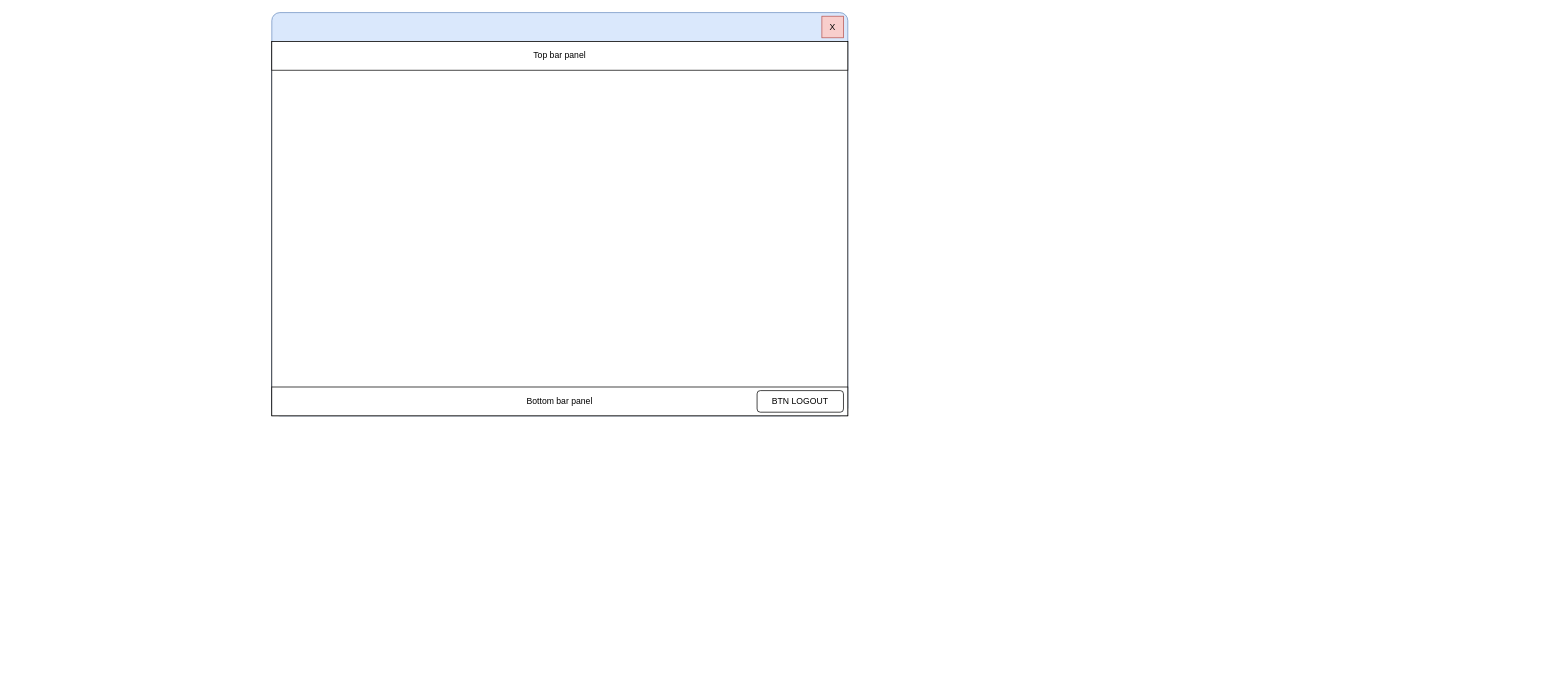
Before: 420DA3_A24_Projet/Documents/OfficeEmployee_MainMenu.drawio in marc0rona/420DA3_A24_Projet_MAPS, a draw.io diagram. Source tidied: cells renumbered, new cells numbered last; positions are measured from the earlier drawing's top-left corner, leaving out a move shared by most shapes. Both pictures are drawn from the tidied source at 72%, with x=0, y=0 at pixel (271, 12).
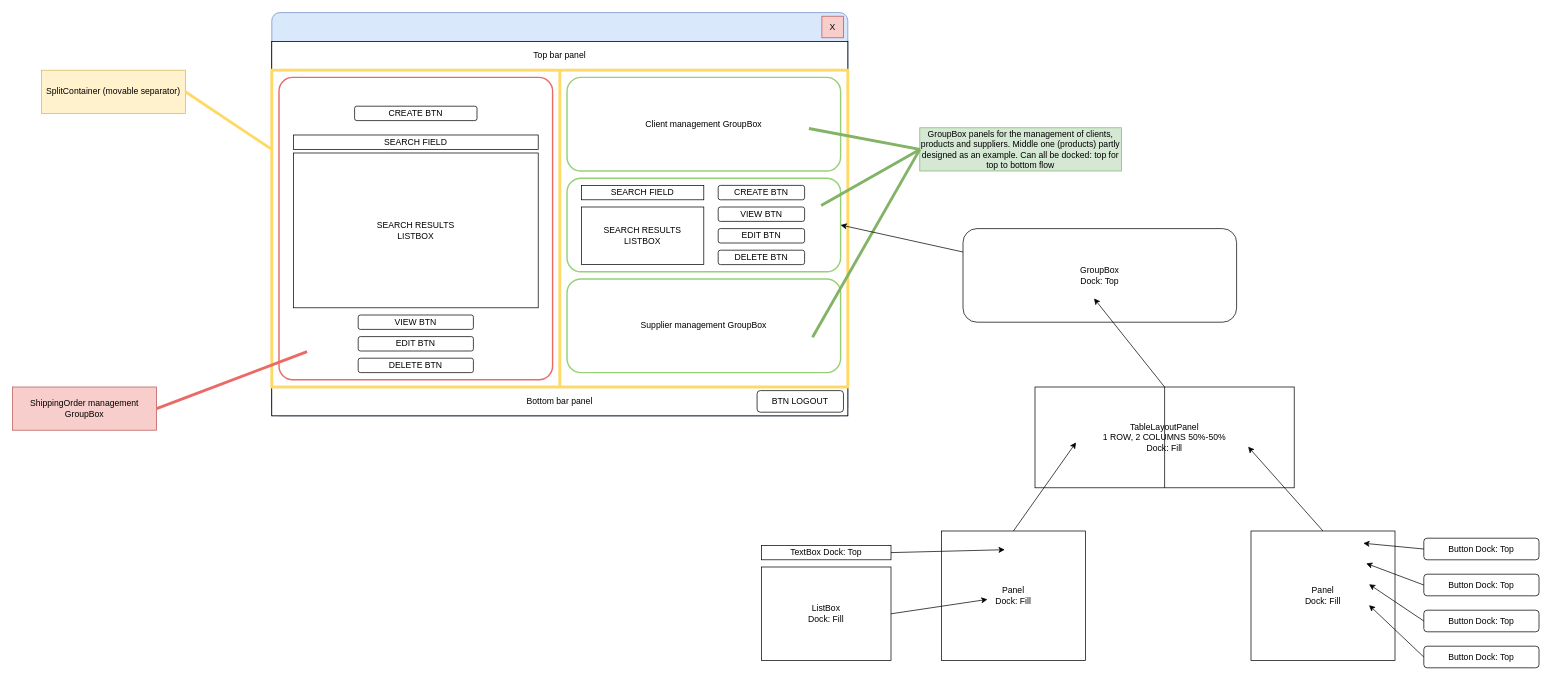
The same diagram, later.

Commit message (it also covers changes not shown here):
diagram additions

What changed in the source:
```diff
@@
+    <mxCell id="8" style="rounded=0;whiteSpace=wrap;html=1;strokeColor=#FFD966;strokeWidth=4;" parent="1" vertex="1">
+      <mxGeometry y="80" width="800" height="440" as="geometry" />
+    </mxCell>
+    <mxCell id="9" value="Client management GroupBox" style="rounded=1;whiteSpace=wrap;html=1;fillColor=none;strokeColor=#97D077;strokeWidth=2;" parent="1" vertex="1">
+      <mxGeometry x="410" y="90" width="380" height="130" as="geometry" />
+    </mxCell>
+    <mxCell id="10" style="rounded=1;whiteSpace=wrap;html=1;strokeWidth=2;strokeColor=#97D077;" parent="1" vertex="1">
+      <mxGeometry x="410" y="230" width="380" height="130" as="geometry" />
+    </mxCell>
+    <mxCell id="11" value="Supplier management GroupBox" style="rounded=1;whiteSpace=wrap;html=1;strokeColor=#97D077;strokeWidth=2;" parent="1" vertex="1">
+      <mxGeometry x="410" y="370" width="380" height="130" as="geometry" />
+    </mxCell>
+    <mxCell id="12" value="SEARCH FIELD" style="rounded=0;whiteSpace=wrap;html=1;" parent="1" vertex="1">
+      <mxGeometry x="430" y="240" width="170" height="20" as="geometry" />
+    </mxCell>
+    <mxCell id="13" value="SEARCH RESULTS&lt;br&gt;LISTBOX" style="rounded=0;whiteSpace=wrap;html=1;" parent="1" vertex="1">
+      <mxGeometry x="430" y="270" width="170" height="80" as="geometry" />
+    </mxCell>
+    <mxCell id="14" value="CREATE BTN" style="rounded=1;whiteSpace=wrap;html=1;" parent="1" vertex="1">
+      <mxGeometry x="620" y="240" width="120" height="20" as="geometry" />
+    </mxCell>
+    <mxCell id="15" value="VIEW BTN" style="rounded=1;whiteSpace=wrap;html=1;" parent="1" vertex="1">
+      <mxGeometry x="620" y="270" width="120" height="20" as="geometry" />
+    </mxCell>
+    <mxCell id="16" value="EDIT BTN" style="rounded=1;whiteSpace=wrap;html=1;" parent="1" vertex="1">
+      <mxGeometry x="620" y="300" width="120" height="20" as="geometry" />
+    </mxCell>
+    <mxCell id="17" value="DELETE BTN" style="rounded=1;whiteSpace=wrap;html=1;" parent="1" vertex="1">
+      <mxGeometry x="620" y="330" width="120" height="20" as="geometry" />
+    </mxCell>
+    <mxCell id="18" value="GroupBox panels for the management of clients, products and suppliers. Middle one (products) partly designed as an example. Can all be docked: top for top to bottom flow" style="text;html=1;align=center;verticalAlign=middle;whiteSpace=wrap;rounded=0;fillColor=#d5e8d4;strokeColor=#82b366;" parent="1" vertex="1">
+      <mxGeometry x="900" y="160" width="280" height="60" as="geometry" />
+    </mxCell>
+    <mxCell id="19" style="endArrow=none;html=1;rounded=0;entryX=0;entryY=0.5;entryDx=0;entryDy=0;fillColor=#d5e8d4;strokeColor=#82b366;strokeWidth=4;" parent="1" edge="1" target="18">
+      <mxGeometry relative="1" as="geometry">
+        <mxPoint x="746" y="161" as="sourcePoint" />
+      </mxGeometry>
+    </mxCell>
+    <mxCell id="20" style="endArrow=none;html=1;rounded=0;entryX=0;entryY=0.5;entryDx=0;entryDy=0;fillColor=#d5e8d4;strokeColor=#82b366;strokeWidth=4;" parent="1" edge="1" target="18">
+      <mxGeometry relative="1" as="geometry">
+        <mxPoint x="763" y="268" as="sourcePoint" />
+      </mxGeometry>
+    </mxCell>
+    <mxCell id="21" style="endArrow=none;html=1;rounded=0;entryX=0;entryY=0.5;entryDx=0;entryDy=0;fillColor=#d5e8d4;strokeColor=#82b366;strokeWidth=4;" parent="1" edge="1" target="18">
+      <mxGeometry relative="1" as="geometry">
+        <mxPoint x="751" y="451" as="sourcePoint" />
+      </mxGeometry>
+    </mxCell>
+    <mxCell id="22" style="endArrow=none;html=1;rounded=0;exitX=0.5;exitY=1;exitDx=0;exitDy=0;entryX=0.5;entryY=0;entryDx=0;entryDy=0;strokeColor=#FFD966;strokeWidth=4;" parent="1" edge="1" source="8" target="8">
+      <mxGeometry relative="1" as="geometry" />
+    </mxCell>
+    <mxCell id="23" value="SplitContainer (movable separator)" style="text;html=1;align=center;verticalAlign=middle;whiteSpace=wrap;rounded=0;fillColor=#fff2cc;strokeColor=#d6b656;" parent="1" vertex="1">
+      <mxGeometry x="-320" y="80" width="200" height="60" as="geometry" />
+    </mxCell>
+    <mxCell id="24" style="endArrow=none;html=1;rounded=0;exitX=1;exitY=0.5;exitDx=0;exitDy=0;entryX=0;entryY=0.25;entryDx=0;entryDy=0;strokeColor=#FFD966;strokeWidth=4;" parent="1" edge="1" source="23" target="8">
+      <mxGeometry relative="1" as="geometry" />
+    </mxCell>
+    <mxCell id="25" style="rounded=1;whiteSpace=wrap;html=1;arcSize=5;strokeColor=#EA6B66;strokeWidth=2;" parent="1" vertex="1">
+      <mxGeometry x="10" y="90" width="380" height="420" as="geometry" />
+    </mxCell>
+    <mxCell id="26" value="SEARCH FIELD" style="rounded=0;whiteSpace=wrap;html=1;" parent="1" vertex="1">
+      <mxGeometry x="30" y="170" width="340" height="20" as="geometry" />
+    </mxCell>
+    <mxCell id="27" value="SEARCH RESULTS&lt;br&gt;LISTBOX" style="rounded=0;whiteSpace=wrap;html=1;" parent="1" vertex="1">
+      <mxGeometry x="30" y="195" width="340" height="215" as="geometry" />
+    </mxCell>
+    <mxCell id="28" value="CREATE BTN" style="rounded=1;whiteSpace=wrap;html=1;" parent="1" vertex="1">
+      <mxGeometry x="115" y="130" width="170" height="20" as="geometry" />
+    </mxCell>
+    <mxCell id="29" value="VIEW BTN" style="rounded=1;whiteSpace=wrap;html=1;" parent="1" vertex="1">
+      <mxGeometry x="120" y="420" width="160" height="20" as="geometry" />
+    </mxCell>
+    <mxCell id="30" value="EDIT BTN" style="rounded=1;whiteSpace=wrap;html=1;" parent="1" vertex="1">
+      <mxGeometry x="120" y="450" width="160" height="20" as="geometry" />
+    </mxCell>
+    <mxCell id="31" value="DELETE BTN" style="rounded=1;whiteSpace=wrap;html=1;" parent="1" vertex="1">
+      <mxGeometry x="120" y="480" width="160" height="20" as="geometry" />
+    </mxCell>
+    <mxCell id="32" value="ShippingOrder management GroupBox" style="text;html=1;align=center;verticalAlign=middle;whiteSpace=wrap;rounded=0;fillColor=#f8cecc;strokeColor=#b85450;" parent="1" vertex="1">
+      <mxGeometry x="-360" y="520" width="200" height="60" as="geometry" />
+    </mxCell>
+    <mxCell id="33" style="endArrow=none;html=1;rounded=0;exitX=1;exitY=0.5;exitDx=0;exitDy=0;strokeColor=#EA6B66;strokeWidth=4;" parent="1" edge="1" source="32">
+      <mxGeometry relative="1" as="geometry">
+        <mxPoint x="49" y="471" as="targetPoint" />
+      </mxGeometry>
+    </mxCell>
+    <mxCell id="34" value="GroupBox&lt;div&gt;Dock: Top&lt;/div&gt;" style="rounded=1;whiteSpace=wrap;html=1;" parent="1" vertex="1">
+      <mxGeometry x="960" y="300" width="380" height="130" as="geometry" />
+    </mxCell>
+    <mxCell id="35" value="Panel&lt;br&gt;Dock: Fill" style="rounded=0;whiteSpace=wrap;html=1;" parent="1" vertex="1">
+      <mxGeometry x="1360" y="720" width="200" height="180" as="geometry" />
+    </mxCell>
+    <mxCell id="36" value="TableLayoutPanel&lt;br&gt;1 ROW, 2 COLUMNS 50%-50%&lt;br&gt;Dock: Fill" style="rounded=0;whiteSpace=wrap;html=1;" parent="1" vertex="1">
+      <mxGeometry x="1060" y="520" width="360" height="140" as="geometry" />
+    </mxCell>
+    <mxCell id="37" style="endArrow=none;html=1;rounded=0;exitX=0.5;exitY=1;exitDx=0;exitDy=0;entryX=0.5;entryY=0;entryDx=0;entryDy=0;" parent="1" edge="1" source="36" target="36">
+      <mxGeometry relative="1" as="geometry" />
+    </mxCell>
+    <mxCell id="38" value="Panel&lt;br&gt;Dock: Fill" style="rounded=0;whiteSpace=wrap;html=1;" parent="1" vertex="1">
+      <mxGeometry x="930" y="720" width="200" height="180" as="geometry" />
+    </mxCell>
+    <mxCell id="39" value="TextBox Dock: Top" style="rounded=0;whiteSpace=wrap;html=1;" parent="1" vertex="1">
+      <mxGeometry x="680" y="740" width="180" height="20" as="geometry" />
+    </mxCell>
+    <mxCell id="40" value="ListBox&lt;div&gt;Dock: Fill&lt;/div&gt;" style="rounded=0;whiteSpace=wrap;html=1;" parent="1" vertex="1">
+      <mxGeometry x="680" y="770" width="180" height="130" as="geometry" />
+    </mxCell>
+    <mxCell id="41" style="endArrow=classic;html=1;rounded=0;exitX=1;exitY=0.5;exitDx=0;exitDy=0;" parent="1" edge="1" source="39">
+      <mxGeometry relative="1" as="geometry">
+        <mxPoint x="1018" y="746" as="targetPoint" />
+      </mxGeometry>
+    </mxCell>
+    <mxCell id="42" style="endArrow=classic;html=1;rounded=0;exitX=1;exitY=0.5;exitDx=0;exitDy=0;" parent="1" edge="1" source="40">
+      <mxGeometry relative="1" as="geometry">
+        <mxPoint x="994" y="815" as="targetPoint" />
+      </mxGeometry>
+    </mxCell>
+    <mxCell id="43" style="endArrow=classic;html=1;rounded=0;exitX=0.5;exitY=0;exitDx=0;exitDy=0;" parent="1" edge="1" source="36">
+      <mxGeometry relative="1" as="geometry">
+        <mxPoint x="1142" y="397" as="targetPoint" />
+      </mxGeometry>
+    </mxCell>
+    <mxCell id="44" style="endArrow=classic;html=1;rounded=0;exitX=0.5;exitY=0;exitDx=0;exitDy=0;" parent="1" edge="1" source="38">
+      <mxGeometry relative="1" as="geometry">
+        <mxPoint x="1117" y="597" as="targetPoint" />
+      </mxGeometry>
+    </mxCell>
+    <mxCell id="45" style="endArrow=classic;html=1;rounded=0;exitX=0.5;exitY=0;exitDx=0;exitDy=0;" parent="1" edge="1" source="35">
+      <mxGeometry relative="1" as="geometry">
+        <mxPoint x="1356" y="603" as="targetPoint" />
+      </mxGeometry>
+    </mxCell>
+    <mxCell id="46" value="Button Dock: Top" style="rounded=1;whiteSpace=wrap;html=1;" parent="1" vertex="1">
+      <mxGeometry x="1600" y="730" width="160" height="30" as="geometry" />
+    </mxCell>
+    <mxCell id="47" value="Button Dock: Top" style="rounded=1;whiteSpace=wrap;html=1;" parent="1" vertex="1">
+      <mxGeometry x="1600" y="780" width="160" height="30" as="geometry" />
+    </mxCell>
+    <mxCell id="48" value="Button Dock: Top" style="rounded=1;whiteSpace=wrap;html=1;" parent="1" vertex="1">
+      <mxGeometry x="1600" y="830" width="160" height="30" as="geometry" />
+    </mxCell>
+    <mxCell id="49" value="Button Dock: Top" style="rounded=1;whiteSpace=wrap;html=1;" parent="1" vertex="1">
+      <mxGeometry x="1600" y="880" width="160" height="30" as="geometry" />
+    </mxCell>
+    <mxCell id="50" style="endArrow=classic;html=1;rounded=0;exitX=0;exitY=0.5;exitDx=0;exitDy=0;" parent="1" edge="1" source="46">
+      <mxGeometry relative="1" as="geometry">
+        <mxPoint x="1516" y="737" as="targetPoint" />
+      </mxGeometry>
+    </mxCell>
+    <mxCell id="51" style="endArrow=classic;html=1;rounded=0;exitX=0;exitY=0.5;exitDx=0;exitDy=0;" parent="1" edge="1" source="47">
+      <mxGeometry relative="1" as="geometry">
+        <mxPoint x="1520" y="765" as="targetPoint" />
+      </mxGeometry>
+    </mxCell>
+    <mxCell id="52" style="endArrow=classic;html=1;rounded=0;exitX=0;exitY=0.5;exitDx=0;exitDy=0;" parent="1" edge="1" source="48">
+      <mxGeometry relative="1" as="geometry">
+        <mxPoint x="1524" y="794" as="targetPoint" />
+      </mxGeometry>
+    </mxCell>
+    <mxCell id="53" style="endArrow=classic;html=1;rounded=0;exitX=0;exitY=0.5;exitDx=0;exitDy=0;" parent="1" edge="1" source="49">
+      <mxGeometry relative="1" as="geometry">
+        <mxPoint x="1524" y="823" as="targetPoint" />
+      </mxGeometry>
+    </mxCell>
+    <mxCell id="54" style="endArrow=classic;html=1;rounded=0;exitX=0;exitY=0.25;exitDx=0;exitDy=0;entryX=1;entryY=0.5;entryDx=0;entryDy=0;" parent="1" edge="1" source="34" target="10">
+      <mxGeometry relative="1" as="geometry" />
+    </mxCell>
```
